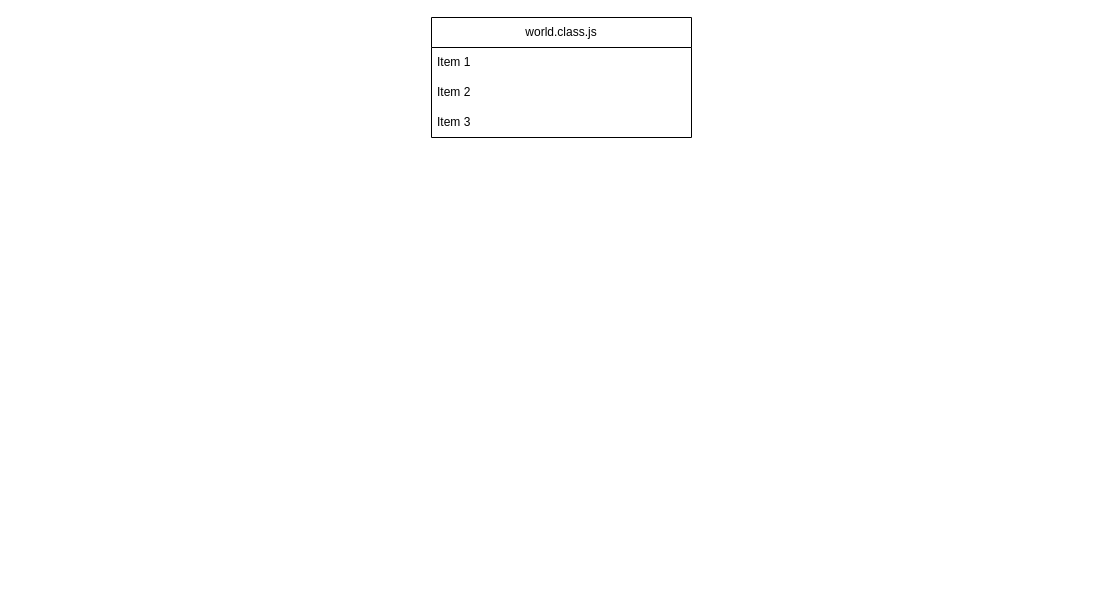
Above: Class_Diagram.drawio in friedersinger/Night_Patrol (draw.io), before the change. Source tidied: cells renumbered, new cells numbered last; positions are measured from the earlier drawing's top-left corner, leaving out a move shared by most shapes. Both pictures are drawn from the tidied source at 100%, with x=0, y=0 at pixel (431, 17).
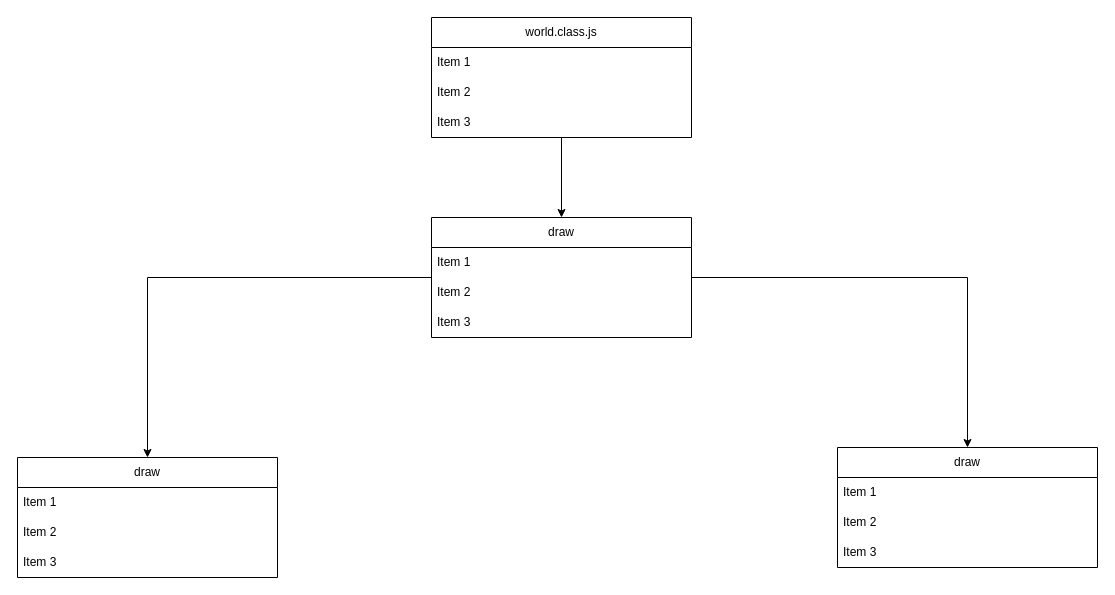
The same diagram, later.

The change refers to these unchanged cells:
```xml
<mxCell id="2" value="world.class.js" style="swimlane;fontStyle=0;horizontal=1;startSize=30;whiteSpace=wrap;html=1;" parent="1" vertex="1">
  <mxGeometry width="260" height="120" as="geometry" />
</mxCell>
```

What changed in the source:
```diff
@@
+    <mxCell id="6" style="edgeStyle=orthogonalEdgeStyle;rounded=0;jettySize=auto;html=1;" parent="1" edge="1" source="2" target="9">
+      <mxGeometry relative="1" as="geometry" />
+    </mxCell>
@@
+    <mxCell id="7" style="edgeStyle=orthogonalEdgeStyle;rounded=0;jettySize=auto;html=1;" parent="1" edge="1" source="9" target="13">
+      <mxGeometry relative="1" as="geometry" />
+    </mxCell>
+    <mxCell id="8" style="edgeStyle=orthogonalEdgeStyle;rounded=0;jettySize=auto;html=1;" parent="1" edge="1" source="9" target="17">
+      <mxGeometry relative="1" as="geometry" />
+    </mxCell>
+    <mxCell id="9" value="draw" style="swimlane;fontStyle=0;horizontal=1;startSize=30;whiteSpace=wrap;html=1;" parent="1" vertex="1">
+      <mxGeometry y="200" width="260" height="120" as="geometry" />
+    </mxCell>
+    <mxCell id="10" value="Item 1" style="text;strokeColor=none;fillColor=none;align=left;verticalAlign=middle;spacingLeft=4;spacingRight=4;overflow=hidden;whiteSpace=wrap;html=1;" parent="9" vertex="1">
+      <mxGeometry y="30" width="260" height="30" as="geometry" />
+    </mxCell>
+    <mxCell id="11" value="Item 2" style="text;strokeColor=none;fillColor=none;align=left;verticalAlign=middle;spacingLeft=4;spacingRight=4;overflow=hidden;whiteSpace=wrap;html=1;" parent="9" vertex="1">
+      <mxGeometry y="60" width="260" height="30" as="geometry" />
+    </mxCell>
+    <mxCell id="12" value="Item 3" style="text;strokeColor=none;fillColor=none;align=left;verticalAlign=middle;spacingLeft=4;spacingRight=4;overflow=hidden;whiteSpace=wrap;html=1;" parent="9" vertex="1">
+      <mxGeometry y="90" width="260" height="30" as="geometry" />
+    </mxCell>
+    <mxCell id="13" value="draw" style="swimlane;fontStyle=0;horizontal=1;startSize=30;whiteSpace=wrap;html=1;" parent="1" vertex="1">
+      <mxGeometry x="-414" y="440" width="260" height="120" as="geometry" />
+    </mxCell>
+    <mxCell id="14" value="Item 1" style="text;strokeColor=none;fillColor=none;align=left;verticalAlign=middle;spacingLeft=4;spacingRight=4;overflow=hidden;whiteSpace=wrap;html=1;" parent="13" vertex="1">
+      <mxGeometry y="30" width="260" height="30" as="geometry" />
+    </mxCell>
+    <mxCell id="15" value="Item 2" style="text;strokeColor=none;fillColor=none;align=left;verticalAlign=middle;spacingLeft=4;spacingRight=4;overflow=hidden;whiteSpace=wrap;html=1;" parent="13" vertex="1">
+      <mxGeometry y="60" width="260" height="30" as="geometry" />
+    </mxCell>
+    <mxCell id="16" value="Item 3" style="text;strokeColor=none;fillColor=none;align=left;verticalAlign=middle;spacingLeft=4;spacingRight=4;overflow=hidden;whiteSpace=wrap;html=1;" parent="13" vertex="1">
+      <mxGeometry y="90" width="260" height="30" as="geometry" />
+    </mxCell>
+    <mxCell id="17" value="draw" style="swimlane;fontStyle=0;horizontal=1;startSize=30;whiteSpace=wrap;html=1;" parent="1" vertex="1">
+      <mxGeometry x="406" y="430" width="260" height="120" as="geometry" />
+    </mxCell>
+    <mxCell id="18" value="Item 1" style="text;strokeColor=none;fillColor=none;align=left;verticalAlign=middle;spacingLeft=4;spacingRight=4;overflow=hidden;whiteSpace=wrap;html=1;" parent="17" vertex="1">
+      <mxGeometry y="30" width="260" height="30" as="geometry" />
+    </mxCell>
+    <mxCell id="19" value="Item 2" style="text;strokeColor=none;fillColor=none;align=left;verticalAlign=middle;spacingLeft=4;spacingRight=4;overflow=hidden;whiteSpace=wrap;html=1;" parent="17" vertex="1">
+      <mxGeometry y="60" width="260" height="30" as="geometry" />
+    </mxCell>
+    <mxCell id="20" value="Item 3" style="text;strokeColor=none;fillColor=none;align=left;verticalAlign=middle;spacingLeft=4;spacingRight=4;overflow=hidden;whiteSpace=wrap;html=1;" parent="17" vertex="1">
+      <mxGeometry y="90" width="260" height="30" as="geometry" />
+    </mxCell>
```
